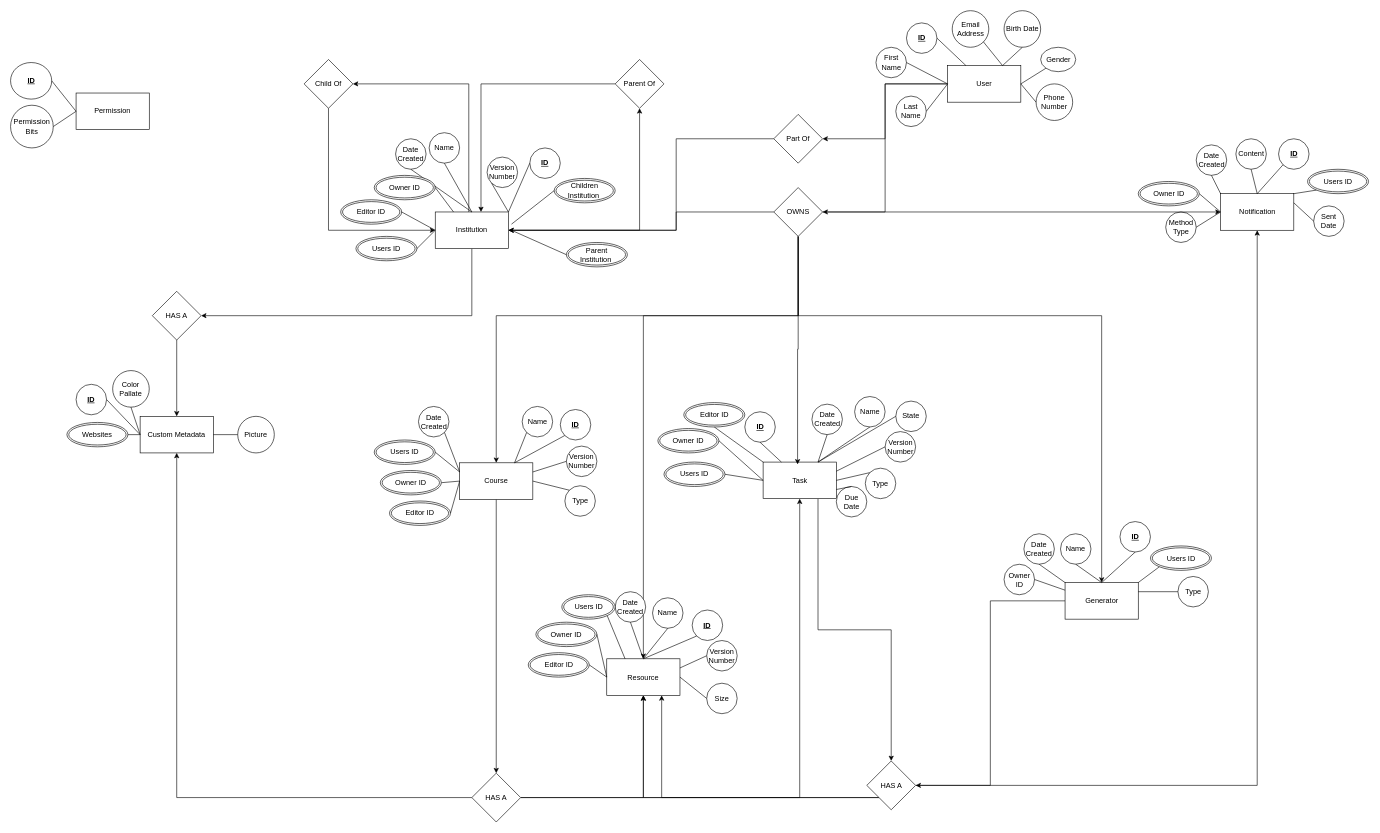
This is diagrams/db/DatabaseER.drawio from Apollo-LW/Apollo-LW, a draw.io file, before an edit. Source tidied: cells renumbered, new cells numbered last; positions are measured from the earlier drawing's top-left corner, leaving out a move shared by most shapes. Both pictures are drawn from the tidied source at 61%, with x=0, y=0 at pixel (10, 10).
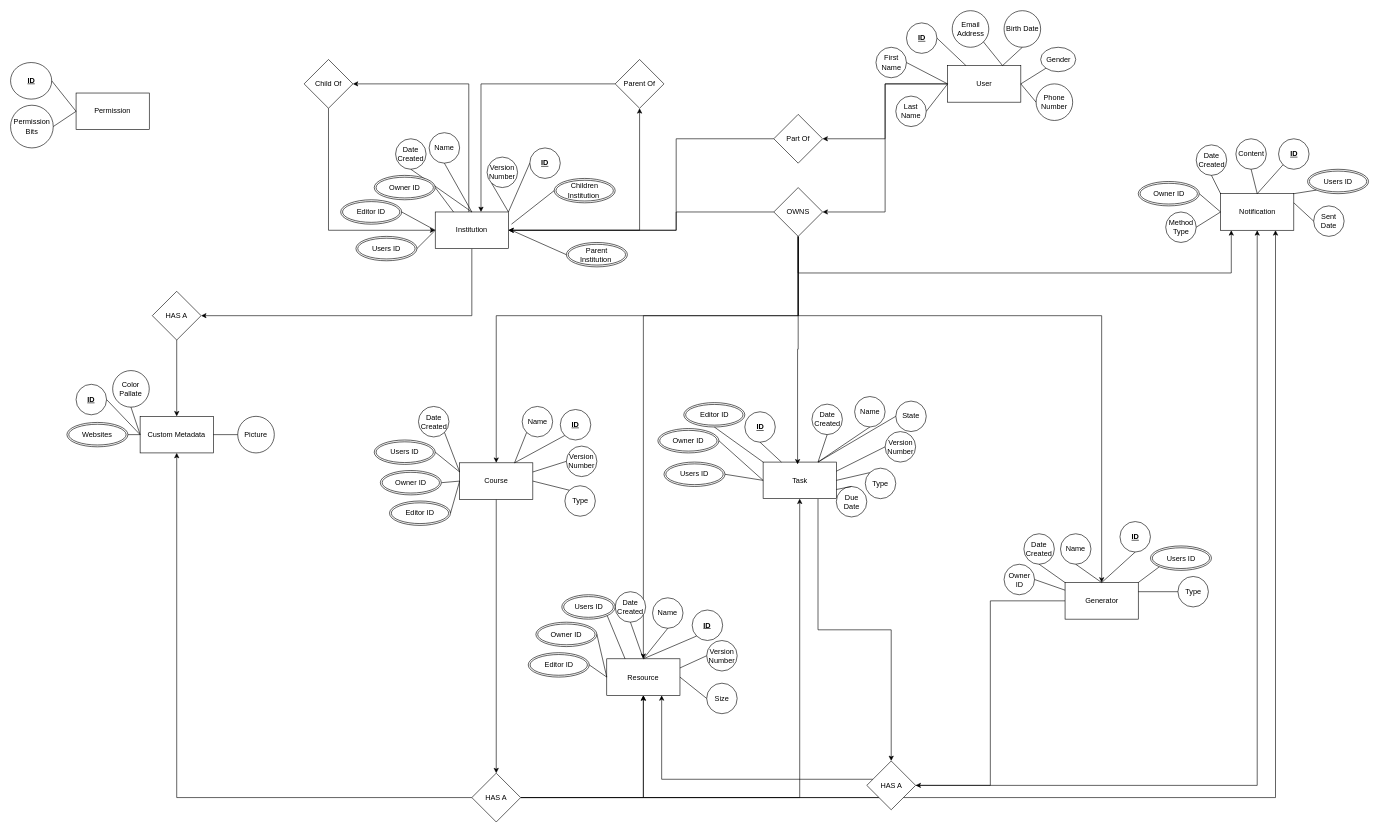
After the change.

Commit message:
Add Course and Task Relationship

Unchanged cells that the change refers to:
```xml
<mxCell id="43" value="Notification" style="rounded=0;whiteSpace=wrap;html=1;" parent="1" vertex="1">
  <mxGeometry x="1983.5" y="300" width="120" height="60" as="geometry" />
</mxCell>
<mxCell id="118" value="OWNS" style="rhombus;whiteSpace=wrap;html=1;rounded=0;" parent="1" vertex="1">
  <mxGeometry x="1251" y="290" width="80" height="80" as="geometry" />
</mxCell>
<mxCell id="125" value="Resource" style="rounded=0;whiteSpace=wrap;html=1;" parent="1" vertex="1">
  <mxGeometry x="977.2" y="1062.5" width="120" height="60" as="geometry" />
</mxCell>
<mxCell id="145" value="HAS A" style="rhombus;whiteSpace=wrap;html=1;rounded=0;" parent="1" vertex="1">
  <mxGeometry x="756" y="1250" width="80" height="80" as="geometry" />
</mxCell>
<mxCell id="149" value="HAS A" style="rhombus;whiteSpace=wrap;html=1;rounded=0;" parent="1" vertex="1">
  <mxGeometry x="1403.5" y="1230" width="80" height="80" as="geometry" />
</mxCell>
```

Diff of the diagram source:
```diff
@@
-    <mxCell id="117" style="edgeStyle=orthogonalEdgeStyle;rounded=0;jettySize=auto;html=1;entryX=0;entryY=0.5;entryDx=0;entryDy=0;" parent="1" edge="1" source="118" target="43">
-      <mxGeometry relative="1" as="geometry" />
+    <mxCell id="117" style="edgeStyle=orthogonalEdgeStyle;rounded=0;jettySize=auto;html=1;" parent="1" edge="1" source="118">
+      <mxGeometry relative="1" as="geometry">
+        <mxPoint x="2001" y="360" as="targetPoint" />
+        <Array as="points">
+          <mxPoint x="1291" y="430" />
+          <mxPoint x="2001" y="430" />
+          <mxPoint x="2001" y="360" />
+        </Array>
+      </mxGeometry>
     </mxCell>
@@
+    <mxCell id="164" style="edgeStyle=orthogonalEdgeStyle;rounded=0;jettySize=auto;html=1;exitX=1;exitY=0.5;exitDx=0;exitDy=0;entryX=0.75;entryY=1;entryDx=0;entryDy=0;" parent="1" edge="1" source="145" target="43">
+      <mxGeometry relative="1" as="geometry" />
+    </mxCell>
@@
     <mxCell id="147" style="edgeStyle=orthogonalEdgeStyle;rounded=0;jettySize=auto;html=1;entryX=0.75;entryY=1;entryDx=0;entryDy=0;" parent="1" edge="1" source="149" target="125">
       <mxGeometry relative="1" as="geometry">
         <Array as="points">
-          <mxPoint x="1067" y="1290" />
+          <mxPoint x="1067" y="1260" />
         </Array>
       </mxGeometry>
     </mxCell>
```
